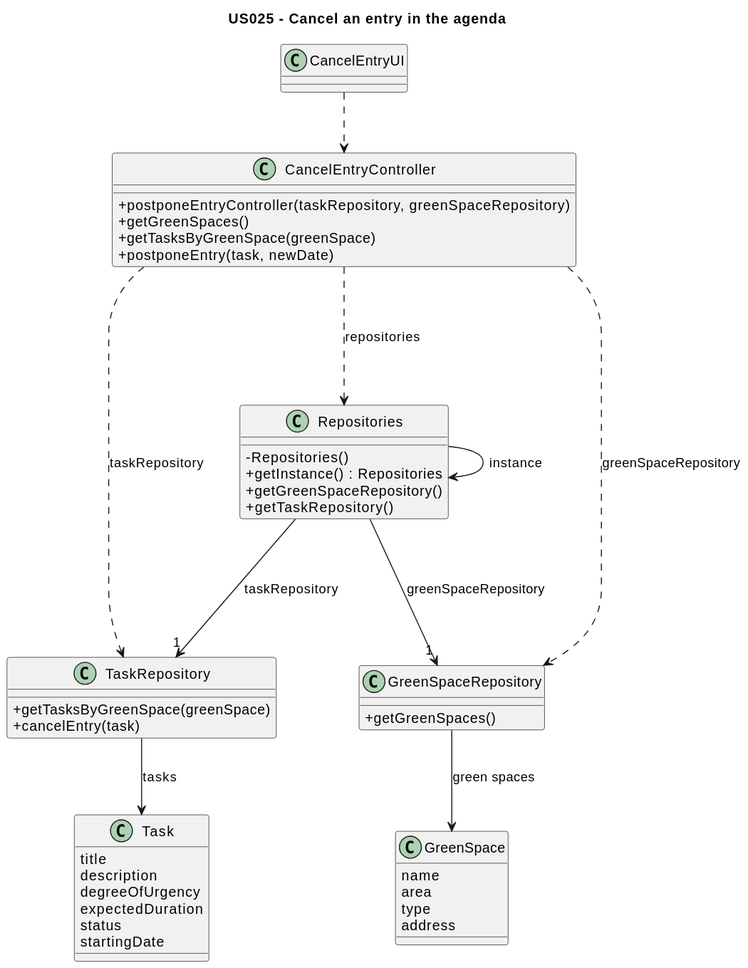
Earlier version of the PlantUML export docs/sprintC/us025/03.design/svg/us025-class-diagram.svg (Departamento-de-Engenharia-Informatica/lei-24-s2-1dm-g132).
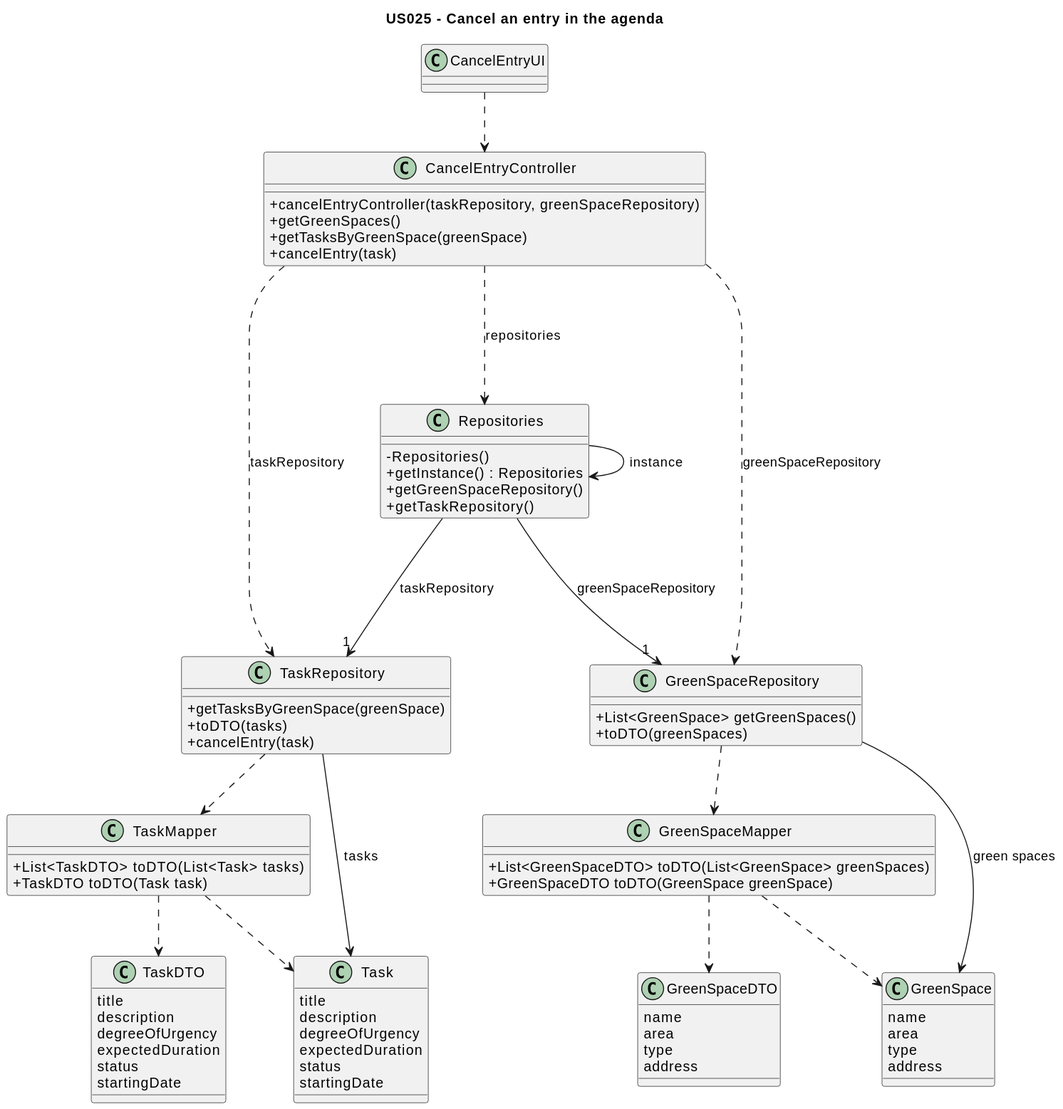
After the commit.

What changed in the source:
```diff
@@ -13,54 +13,89 @@
 }
 
 class CancelEntryController {
-    + postponeEntryController(taskRepository, greenSpaceRepository)
+    + cancelEntryController(taskRepository, greenSpaceRepository)
     + getGreenSpaces()
-    + getTasksByGreenSpace(greenSpace)
-    + postponeEntry(task, newDate)
-}
-
-class Task {
-    title
-    description
-    degreeOfUrgency
-    expectedDuration
-    status
-    startingDate
-}
-
-class GreenSpace {
-    name
-    area
-    type
-    address
-}
-
-class Repositories {
-    - Repositories()
-    + getInstance() : Repositories
-    + getGreenSpaceRepository()
-    + getTaskRepository()
-}
-
-class TaskRepository {
     + getTasksByGreenSpace(greenSpace)
     + cancelEntry(task)
 }
 
-class GreenSpaceRepository {
-    + getGreenSpaces()
-}
+class Repositories {
+     - Repositories()
+     + getInstance() : Repositories
+     + getGreenSpaceRepository()
+     + getTaskRepository()
+ }
 
+ class TaskRepository {
+     + getTasksByGreenSpace(greenSpace)
+     + toDTO(tasks)
+     + cancelEntry(task)
+ }
 
-CancelEntryUI ..> CancelEntryController
-CancelEntryController ...> Repositories: repositories
-CancelEntryController ..> TaskRepository: taskRepository
-CancelEntryController ..> GreenSpaceRepository: greenSpaceRepository
+ class GreenSpaceRepository {
+     + List<GreenSpace> getGreenSpaces()
+     + toDTO(greenSpaces)
 
-Repositories -> Repositories : instance
-Repositories ---> "1" TaskRepository: taskRepository
-Repositories ---> "1" GreenSpaceRepository: greenSpaceRepository
+ }
 
-TaskRepository --> Task: tasks
-GreenSpaceRepository --> GreenSpace: green spaces
+ class GreenSpaceMapper {
+     + List<GreenSpaceDTO> toDTO(List<GreenSpace> greenSpaces)
+     + GreenSpaceDTO toDTO(GreenSpace greenSpace)
+ }
+
+ class TaskMapper {
+     + List<TaskDTO> toDTO(List<Task> tasks)
+     + TaskDTO toDTO(Task task)
+ }
+
+ class GreenSpaceDTO {
+     name
+     area
+     type
+     address
+ }
+
+ class TaskDTO {
+     title
+     description
+     degreeOfUrgency
+     expectedDuration
+     status
+     startingDate
+ }
+
+ class Task {
+     title
+     description
+     degreeOfUrgency
+     expectedDuration
+     status
+     startingDate
+ }
+
+ class GreenSpace {
+     name
+     area
+     type
+     address
+ }
+
+ CancelEntryUI ..> CancelEntryController
+ CancelEntryController ...> Repositories: repositories
+ CancelEntryController ..> TaskRepository: taskRepository
+ CancelEntryController ..> GreenSpaceRepository: greenSpaceRepository
+
+ Repositories -> Repositories : instance
+ Repositories ---> "1" TaskRepository: taskRepository
+ Repositories ---> "1" GreenSpaceRepository: greenSpaceRepository
+
+ TaskRepository --> Task: tasks
+ GreenSpaceRepository --> GreenSpace: green spaces
+
+ TaskRepository ..> TaskMapper
+ TaskMapper ..> TaskDTO
+ TaskMapper ..> Task
+ GreenSpaceRepository ..> GreenSpaceMapper
+ GreenSpaceMapper ..> GreenSpaceDTO
+ GreenSpaceMapper ..> GreenSpace
 @enduml
```
